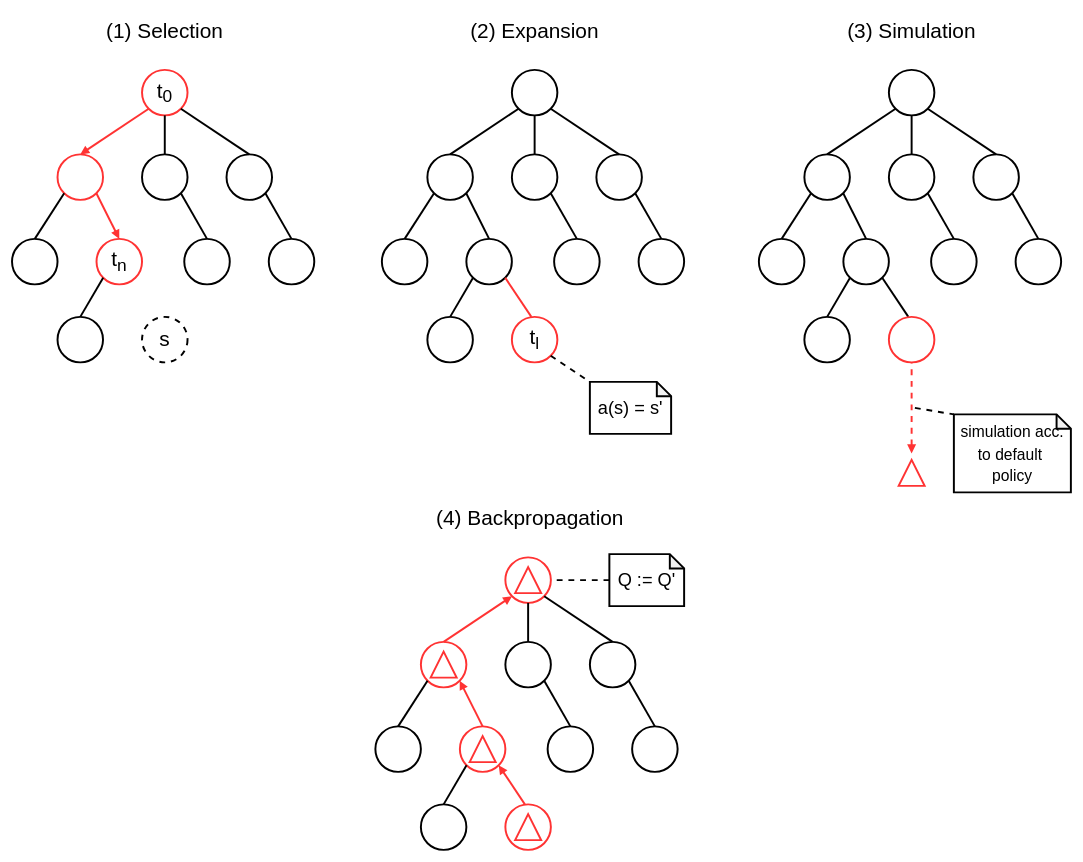
The draw.io diagram img/mcts.drawio in SRSchwarz/MCTS-Survey, before the edit. Source tidied: cells renumbered, new cells numbered last; positions are measured from the earlier drawing's top-left corner, leaving out a move shared by most shapes. Both pictures are drawn from the tidied source at 65%, with x=0, y=0 at pixel (12, 11).
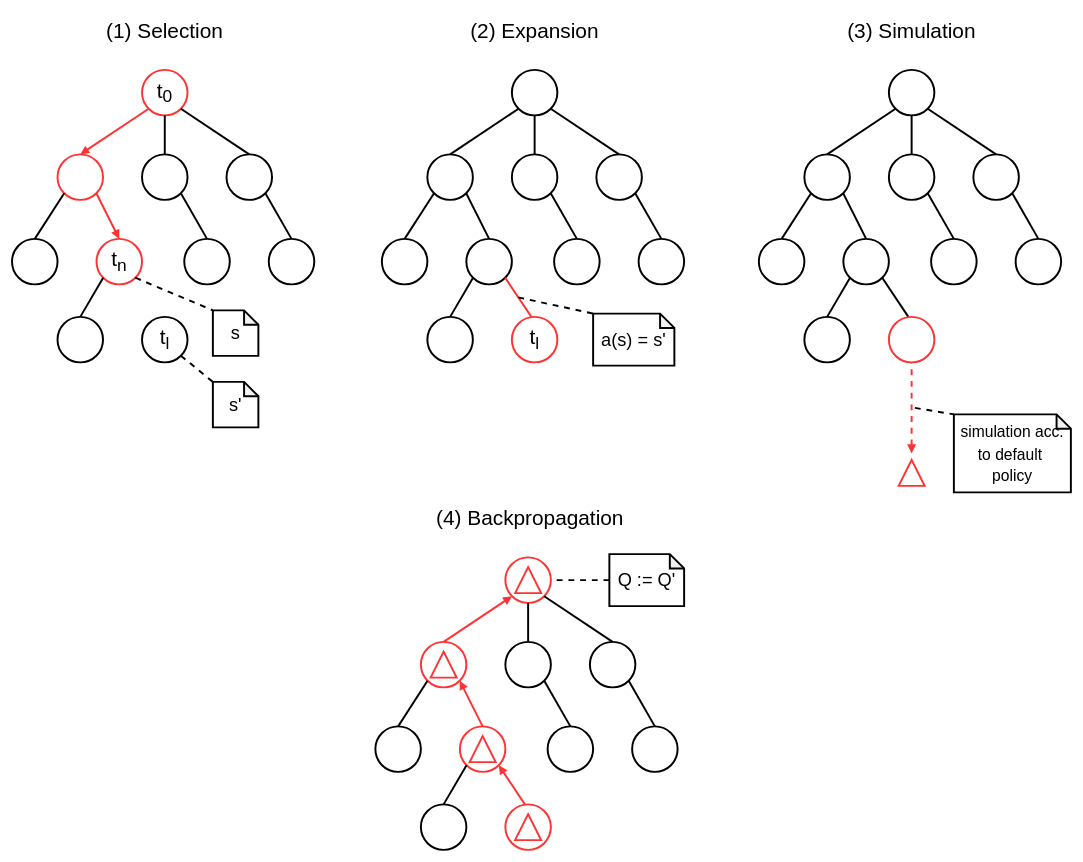
Above is the later version.

Unchanged cells that the change refers to:
```xml
<mxCell id="11" value="&lt;font style=&quot;font-size: 32px&quot;&gt;t&lt;sub&gt;n&lt;/sub&gt;&lt;/font&gt;" style="ellipse;whiteSpace=wrap;html=1;strokeWidth=3;strokeColor=#FF3333;" parent="1" vertex="1">
  <mxGeometry x="130" y="350" width="70" height="70" as="geometry" />
</mxCell>
<mxCell id="37" value="&lt;font style=&quot;font-size: 32px&quot;&gt;t&lt;sub&gt;l&lt;/sub&gt;&lt;/font&gt;" style="ellipse;whiteSpace=wrap;html=1;strokeWidth=3;strokeColor=#FF3333;" parent="1" vertex="1">
  <mxGeometry x="769" y="470" width="70" height="70" as="geometry" />
</mxCell>
```

Change to the diagram source:
```diff
@@
-    <mxCell id="82" value="&lt;span style=&quot;font-size: 32px&quot;&gt;s&lt;/span&gt;" style="ellipse;whiteSpace=wrap;html=1;strokeWidth=3;strokeColor=#000000;dashed=1;" parent="1" vertex="1">
+    <mxCell id="82" value="&lt;font size=&quot;6&quot;&gt;t&lt;sub&gt;l&lt;/sub&gt;&lt;/font&gt;" style="ellipse;whiteSpace=wrap;html=1;strokeWidth=3;strokeColor=#000000;" parent="1" vertex="1">
       <mxGeometry x="200" y="470" width="70" height="70" as="geometry" />
     </mxCell>
     <mxCell id="83" value="a(s) = s'" style="shape=note;whiteSpace=wrap;html=1;backgroundOutline=1;darkOpacity=0.05;strokeColor=#000000;strokeWidth=3;fontSize=28;size=22;" parent="1" vertex="1">
-      <mxGeometry x="889" y="570" width="125" height="80" as="geometry" />
+      <mxGeometry x="894" y="465" width="125" height="80" as="geometry" />
     </mxCell>
-    <mxCell id="84" style="endArrow=none;dashed=1;html=1;strokeColor=#000000;strokeWidth=3;fontSize=28;exitX=1;exitY=1;exitDx=0;exitDy=0;entryX=0;entryY=0;entryDx=0;entryDy=0;entryPerimeter=0;" parent="1" edge="1" source="37" target="83">
-      <mxGeometry relative="1" as="geometry" />
+    <mxCell id="84" style="endArrow=none;dashed=1;html=1;strokeColor=#000000;strokeWidth=3;fontSize=28;entryX=0;entryY=0;entryDx=0;entryDy=0;entryPerimeter=0;" parent="1" edge="1" target="83">
+      <mxGeometry relative="1" as="geometry">
+        <mxPoint x="779" y="440" as="sourcePoint" />
+      </mxGeometry>
     </mxCell>
@@
+    <mxCell id="93" value="s" style="shape=note;whiteSpace=wrap;html=1;backgroundOutline=1;darkOpacity=0.05;strokeColor=#000000;strokeWidth=3;fontSize=28;size=22;" parent="1" vertex="1">
+      <mxGeometry x="309" y="460" width="70" height="70" as="geometry" />
+    </mxCell>
+    <mxCell id="94" value="s'" style="shape=note;whiteSpace=wrap;html=1;backgroundOutline=1;darkOpacity=0.05;strokeColor=#000000;strokeWidth=3;fontSize=28;size=22;" parent="1" vertex="1">
+      <mxGeometry x="309" y="570" width="70" height="70" as="geometry" />
+    </mxCell>
+    <mxCell id="95" style="endArrow=none;dashed=1;html=1;strokeColor=#000000;strokeWidth=3;fontSize=28;entryX=0;entryY=0;entryDx=0;entryDy=0;entryPerimeter=0;exitX=1;exitY=1;exitDx=0;exitDy=0;" parent="1" edge="1" source="11" target="93">
+      <mxGeometry relative="1" as="geometry" />
+    </mxCell>
+    <mxCell id="96" style="endArrow=none;dashed=1;html=1;strokeColor=#000000;strokeWidth=3;fontSize=28;exitX=1;exitY=1;exitDx=0;exitDy=0;entryX=0;entryY=0;entryDx=0;entryDy=0;entryPerimeter=0;" parent="1" edge="1" source="82" target="94">
+      <mxGeometry relative="1" as="geometry" />
+    </mxCell>
```
